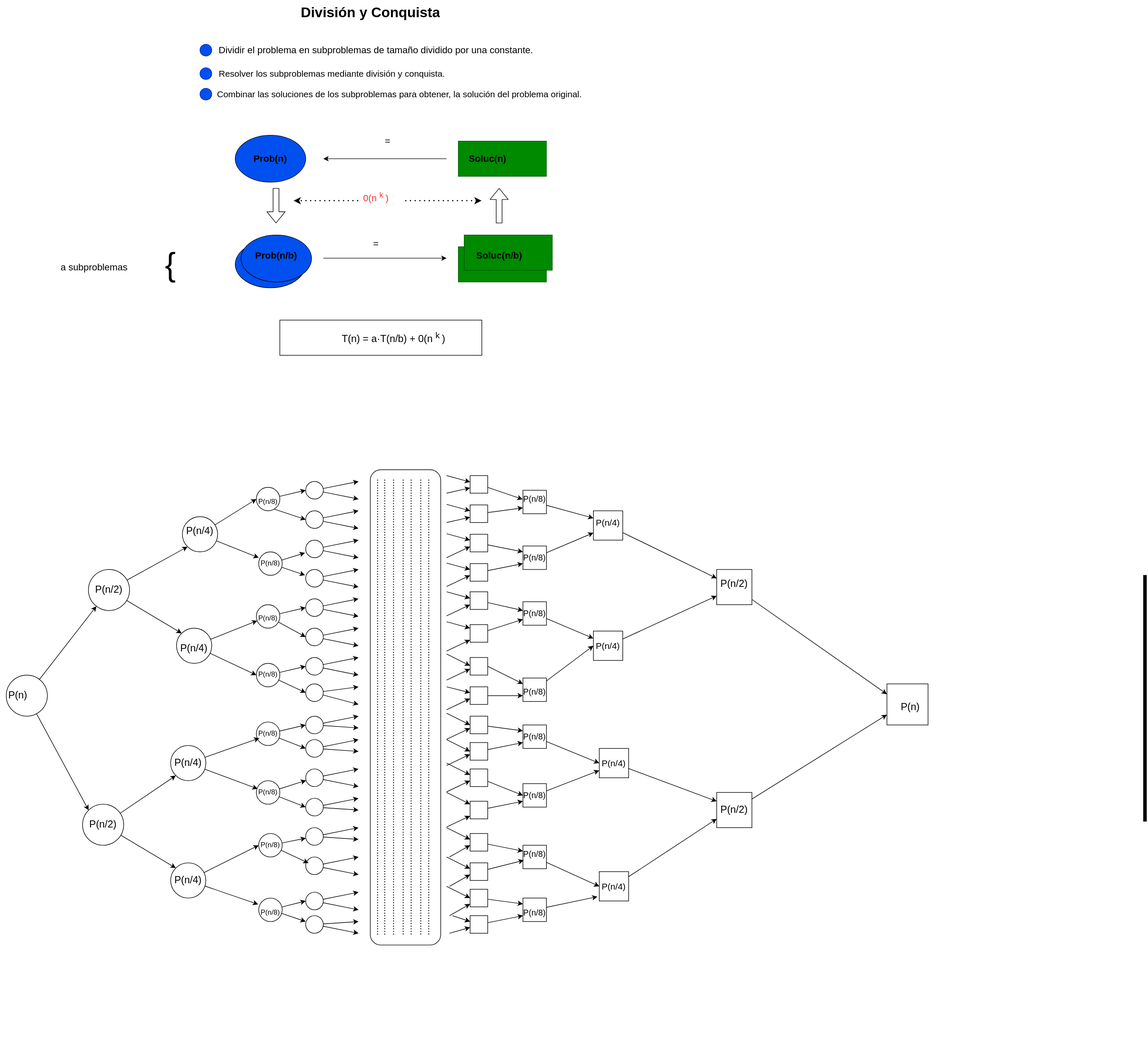
Above: Recursividad/Division-y-conquista.drawio.svg in Nordcode-cyber/Algoritmos-Estructdatos (draw.io), before the change. Source tidied: cells renumbered, new cells last; positions are measured from the earlier drawing's top-left corner, leaving out a move shared by most shapes.
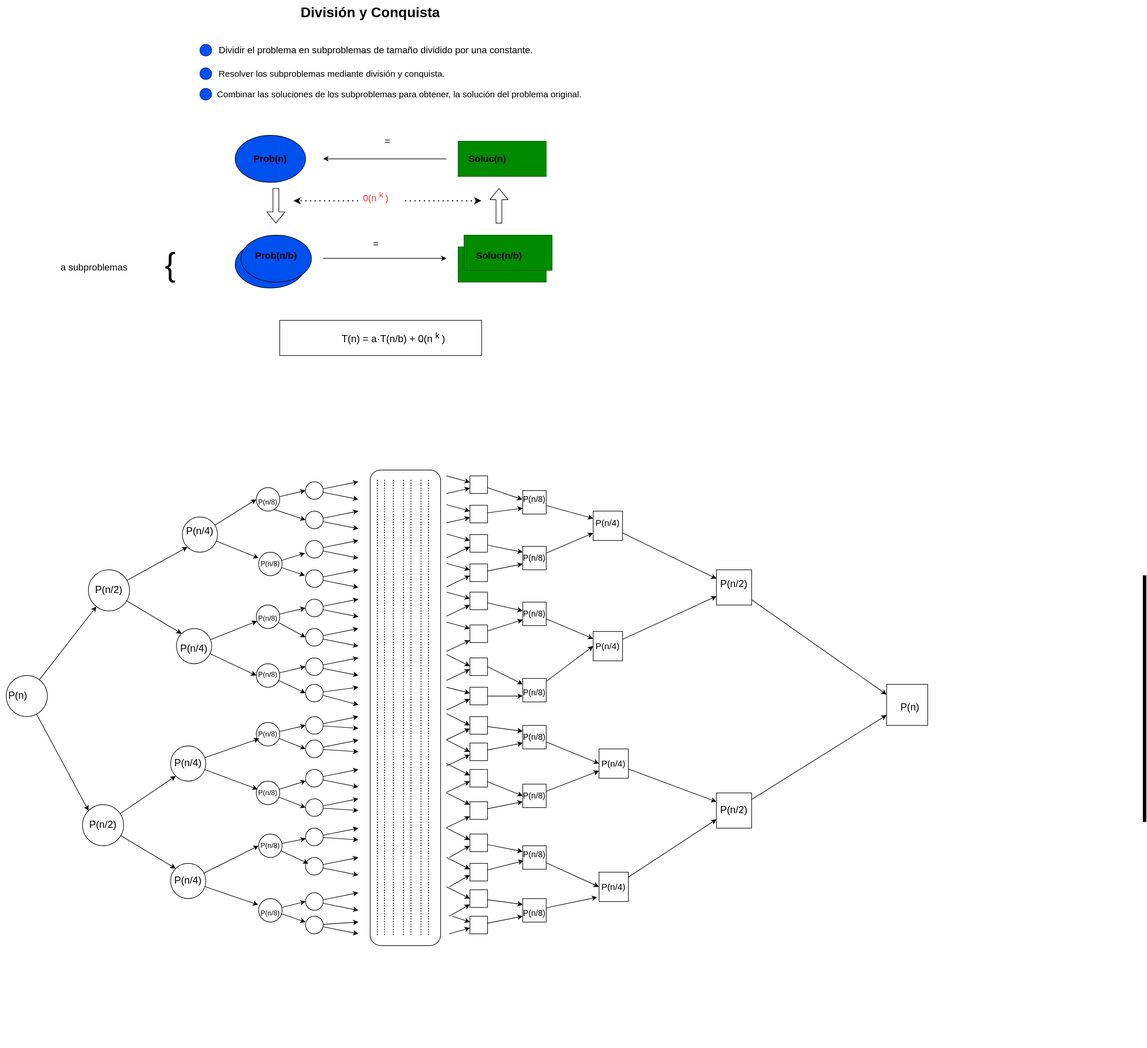
The same diagram one commit later.

What changed in the source:
```diff
@@ -1,4 +1,4 @@
-<mxGraphModel>
+<mxGraphModel background="#FFFFFF">
   <root>
     <mxCell id="0" />
     <mxCell id="1" parent="0" />
```
